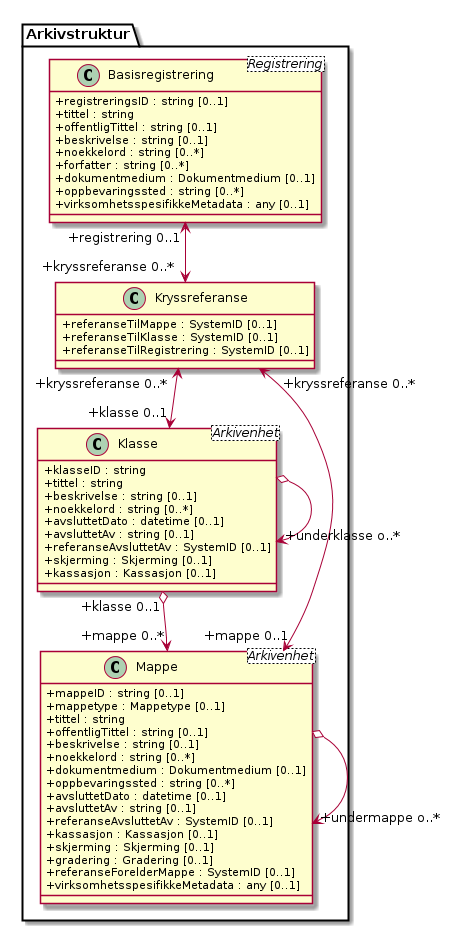
The PlantUML diagram kapitler/media/uml-arkivstruktur-kryssreferanse.png in arkivverket/noark5-tjenestegrensesnitt-standard, before a commit.
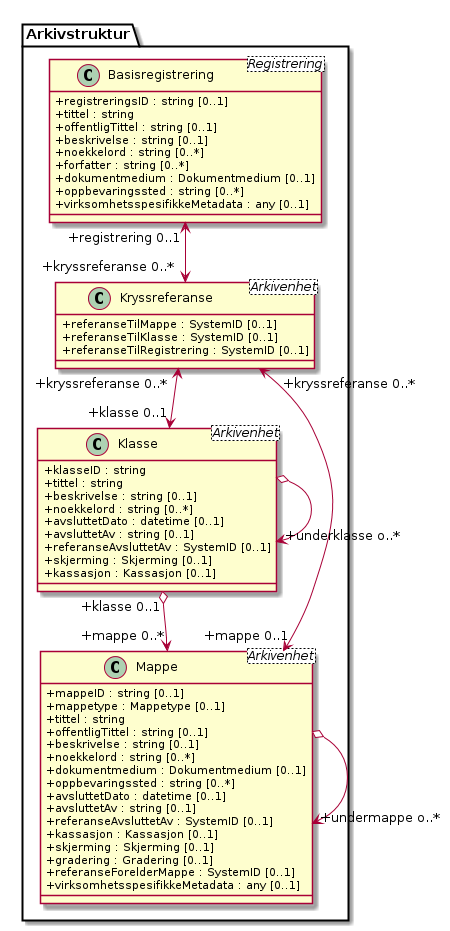
After the change.

Change to the diagram source:
```diff
@@ -40,7 +40,7 @@
   +referanseForelderMappe : SystemID [0..1]
   +virksomhetsspesifikkeMetadata : any [0..1]
 }
-class Arkivstruktur.Kryssreferanse {
+class Arkivstruktur.Kryssreferanse <Arkivenhet> {
   +referanseTilMappe : SystemID [0..1]
   +referanseTilKlasse : SystemID [0..1]
   +referanseTilRegistrering : SystemID [0..1]
```
